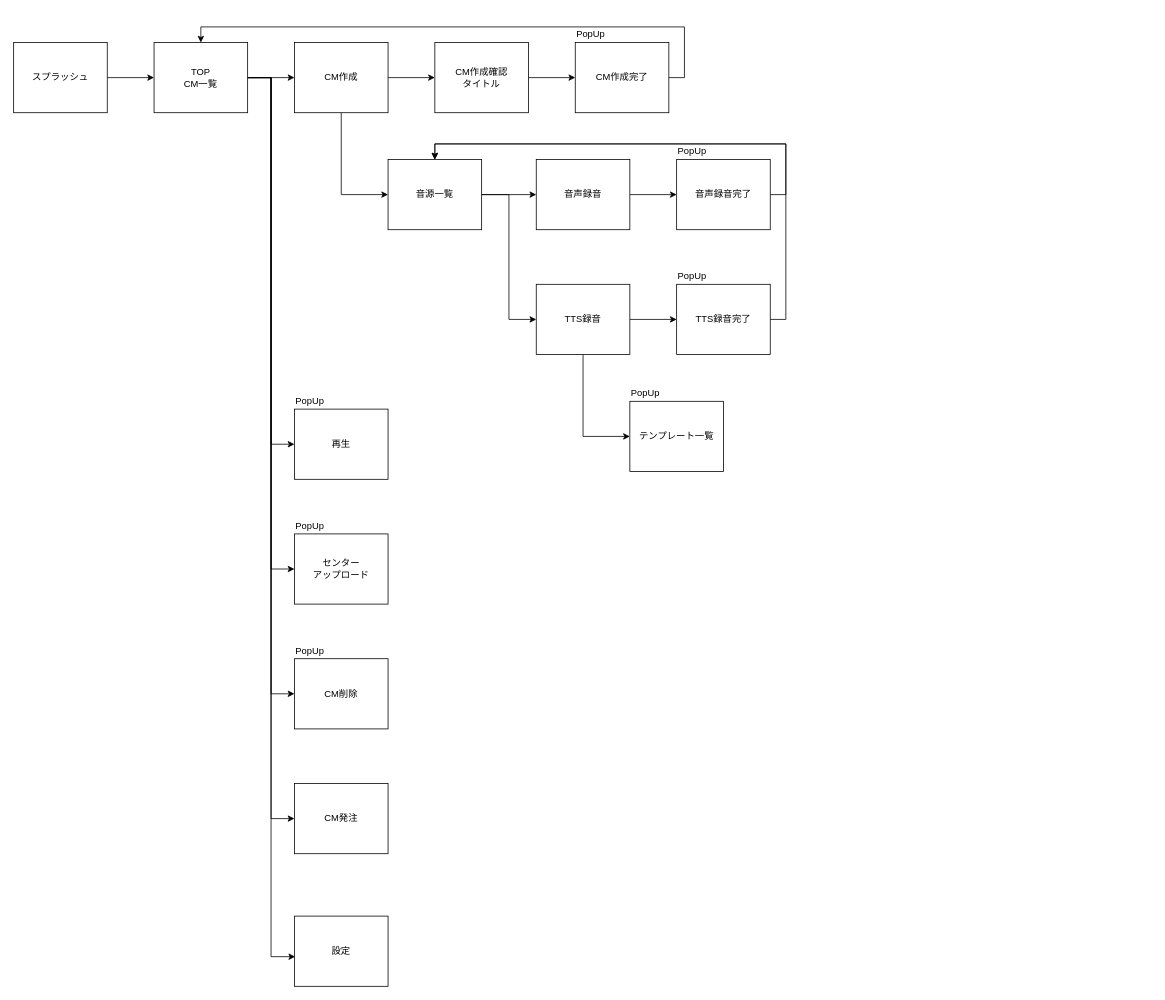
Before: documents/uml/page-flow.drawio in y-watanabe-usen/umesse-test, a draw.io diagram. Source tidied: cells renumbered, new cells numbered last; positions are measured from the earlier drawing's top-left corner, leaving out a move shared by most shapes. Both pictures are drawn from the tidied source at 78%, with x=0, y=0 at pixel (13, 27).
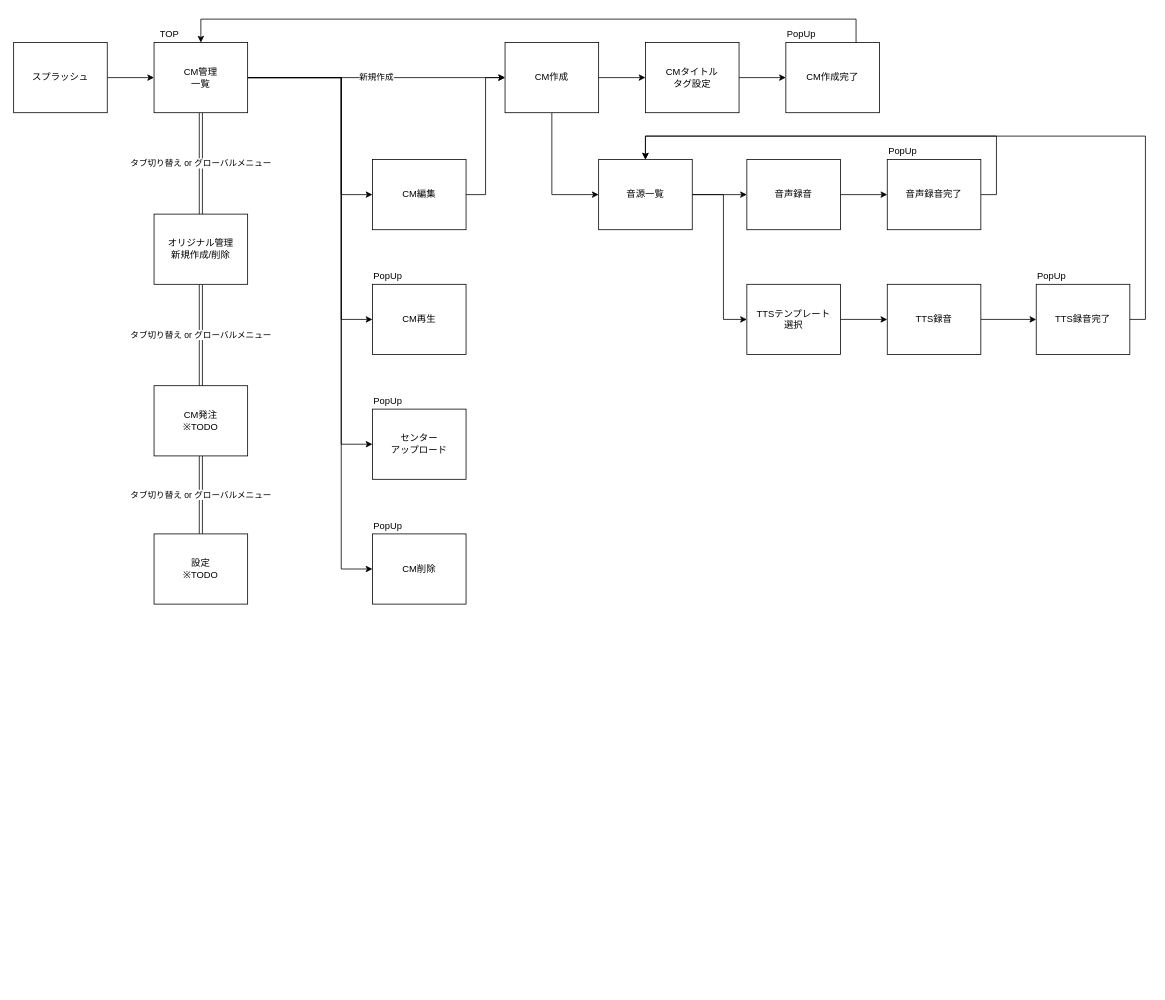
Above is the later version.

What changed in the source:
```diff
@@
-    <mxCell id="4" style="edgeStyle=orthogonalEdgeStyle;rounded=0;jettySize=auto;html=1;exitX=1;exitY=0.5;exitDx=0;exitDy=0;entryX=0;entryY=0.5;entryDx=0;entryDy=0;" parent="1" edge="1" source="10" target="13">
+    <mxCell id="4" value="新規作成" style="edgeStyle=orthogonalEdgeStyle;rounded=0;jettySize=auto;html=1;exitX=1;exitY=0.5;exitDx=0;exitDy=0;entryX=0;entryY=0.5;entryDx=0;entryDy=0;" parent="1" edge="1" source="10" target="13">
       <mxGeometry relative="1" as="geometry" />
     </mxCell>
     <mxCell id="5" style="edgeStyle=orthogonalEdgeStyle;rounded=0;jettySize=auto;html=1;exitX=1;exitY=0.5;exitDx=0;exitDy=0;entryX=0;entryY=0.5;entryDx=0;entryDy=0;" parent="1" edge="1" source="10" target="17">
-      <mxGeometry relative="1" as="geometry" />
+      <mxGeometry relative="1" as="geometry">
+        <Array as="points">
+          <mxPoint x="420" y="65" />
+          <mxPoint x="420" y="375" />
+        </Array>
+      </mxGeometry>
     </mxCell>
-    <mxCell id="6" style="edgeStyle=orthogonalEdgeStyle;rounded=0;jettySize=auto;html=1;exitX=1;exitY=0.5;exitDx=0;exitDy=0;entryX=0;entryY=0.5;entryDx=0;entryDy=0;" parent="1" edge="1" source="10" target="24">
-      <mxGeometry relative="1" as="geometry" />
-    </mxCell>
-    <mxCell id="7" style="edgeStyle=orthogonalEdgeStyle;rounded=0;jettySize=auto;html=1;exitX=1;exitY=0.5;exitDx=0;exitDy=0;entryX=0.008;entryY=0.578;entryDx=0;entryDy=0;entryPerimeter=0;" parent="1" edge="1" source="10" target="25">
-      <mxGeometry relative="1" as="geometry" />
-    </mxCell>
     <mxCell id="8" style="edgeStyle=orthogonalEdgeStyle;rounded=0;jettySize=auto;html=1;exitX=1;exitY=0.5;exitDx=0;exitDy=0;entryX=0;entryY=0.5;entryDx=0;entryDy=0;" parent="1" edge="1" source="10" target="26">
-      <mxGeometry relative="1" as="geometry" />
+      <mxGeometry relative="1" as="geometry">
+        <Array as="points">
+          <mxPoint x="420" y="65" />
+          <mxPoint x="420" y="535" />
+        </Array>
+      </mxGeometry>
     </mxCell>
     <mxCell id="9" style="edgeStyle=orthogonalEdgeStyle;rounded=0;jettySize=auto;html=1;exitX=1;exitY=0.5;exitDx=0;exitDy=0;entryX=0;entryY=0.5;entryDx=0;entryDy=0;" parent="1" edge="1" source="10" target="31">
-      <mxGeometry relative="1" as="geometry" />
+      <mxGeometry relative="1" as="geometry">
+        <Array as="points">
+          <mxPoint x="420" y="65" />
+          <mxPoint x="420" y="695" />
+        </Array>
+      </mxGeometry>
     </mxCell>
+    <mxCell id="43" style="edgeStyle=orthogonalEdgeStyle;rounded=0;jettySize=auto;html=1;exitX=1;exitY=0.5;exitDx=0;exitDy=0;entryX=0;entryY=0.5;entryDx=0;entryDy=0;" parent="1" edge="1" source="10" target="52">
+      <mxGeometry relative="1" as="geometry">
+        <Array as="points">
+          <mxPoint x="420" y="65" />
+          <mxPoint x="420" y="215" />
+        </Array>
+      </mxGeometry>
+    </mxCell>
+    <mxCell id="44" value="タブ切り替え or グローバルメニュー" style="edgeStyle=orthogonalEdgeStyle;rounded=0;jettySize=auto;html=1;exitX=0.5;exitY=1;exitDx=0;exitDy=0;entryX=0.5;entryY=0;entryDx=0;entryDy=0;shape=link;" parent="1" edge="1" source="10" target="49">
+      <mxGeometry relative="1" as="geometry" />
+    </mxCell>
-    <mxCell id="10" value="TOP&lt;br&gt;CM一覧" style="rounded=0;whiteSpace=wrap;html=1;" parent="1" vertex="1">
+    <mxCell id="10" value="CM管理&lt;br&gt;一覧" style="rounded=0;whiteSpace=wrap;html=1;" parent="1" vertex="1">
       <mxGeometry x="180" y="20" width="120" height="90" as="geometry" />
     </mxCell>
@@
     <mxCell id="13" value="CM作成" style="rounded=0;whiteSpace=wrap;html=1;" parent="1" vertex="1">
-      <mxGeometry x="360" y="20" width="120" height="90" as="geometry" />
+      <mxGeometry x="630" y="20" width="120" height="90" as="geometry" />
     </mxCell>
@@
-    <mxCell id="15" style="edgeStyle=orthogonalEdgeStyle;rounded=0;jettySize=auto;html=1;exitX=1;exitY=0.5;exitDx=0;exitDy=0;entryX=0;entryY=0.5;entryDx=0;entryDy=0;" parent="1" edge="1" source="16" target="22">
-      <mxGeometry relative="1" as="geometry" />
-    </mxCell>
+    <mxCell id="45" style="edgeStyle=orthogonalEdgeStyle;rounded=0;jettySize=auto;html=1;exitX=1;exitY=0.5;exitDx=0;exitDy=0;entryX=0;entryY=0.5;entryDx=0;entryDy=0;" parent="1" edge="1" source="16" target="23">
+      <mxGeometry relative="1" as="geometry">
+        <Array as="points">
+          <mxPoint x="910" y="215" />
+          <mxPoint x="910" y="375" />
+        </Array>
+      </mxGeometry>
+    </mxCell>
     <mxCell id="16" value="音源一覧" style="rounded=0;whiteSpace=wrap;html=1;" parent="1" vertex="1">
-      <mxGeometry x="480" y="170" width="120" height="90" as="geometry" />
+      <mxGeometry x="750" y="170" width="120" height="90" as="geometry" />
     </mxCell>
-    <mxCell id="17" value="再生" style="rounded=0;whiteSpace=wrap;html=1;" parent="1" vertex="1">
-      <mxGeometry x="360" y="490" width="120" height="90" as="geometry" />
+    <mxCell id="17" value="CM再生" style="rounded=0;whiteSpace=wrap;html=1;" parent="1" vertex="1">
+      <mxGeometry x="460" y="330" width="120" height="90" as="geometry" />
     </mxCell>
@@
     <mxCell id="19" value="音声録音" style="rounded=0;whiteSpace=wrap;html=1;" parent="1" vertex="1">
-      <mxGeometry x="670" y="170" width="120" height="90" as="geometry" />
+      <mxGeometry x="940" y="170" width="120" height="90" as="geometry" />
     </mxCell>
-    <mxCell id="20" style="edgeStyle=orthogonalEdgeStyle;rounded=0;jettySize=auto;html=1;exitX=0.5;exitY=1;exitDx=0;exitDy=0;entryX=0;entryY=0.5;entryDx=0;entryDy=0;" parent="1" edge="1" source="22" target="23">
-      <mxGeometry relative="1" as="geometry" />
-    </mxCell>
@@
     <mxCell id="22" value="TTS録音" style="rounded=0;whiteSpace=wrap;html=1;" parent="1" vertex="1">
-      <mxGeometry x="670" y="330" width="120" height="90" as="geometry" />
+      <mxGeometry x="1120" y="330" width="120" height="90" as="geometry" />
     </mxCell>
+    <mxCell id="46" style="edgeStyle=orthogonalEdgeStyle;rounded=0;jettySize=auto;html=1;exitX=1;exitY=0.5;exitDx=0;exitDy=0;entryX=0;entryY=0.5;entryDx=0;entryDy=0;" parent="1" edge="1" source="23" target="22">
+      <mxGeometry relative="1" as="geometry" />
+    </mxCell>
-    <mxCell id="23" value="テンプレート一覧" style="rounded=0;whiteSpace=wrap;html=1;" parent="1" vertex="1">
-      <mxGeometry x="790" y="480" width="120" height="90" as="geometry" />
+    <mxCell id="23" value="TTSテンプレート&lt;br&gt;選択" style="rounded=0;whiteSpace=wrap;html=1;" parent="1" vertex="1">
+      <mxGeometry x="940" y="330" width="120" height="90" as="geometry" />
     </mxCell>
+    <mxCell id="47" value="タブ切り替え or グローバルメニュー" style="edgeStyle=orthogonalEdgeStyle;rounded=0;jettySize=auto;html=1;exitX=0.5;exitY=1;exitDx=0;exitDy=0;entryX=0.5;entryY=0;entryDx=0;entryDy=0;shape=link;" parent="1" edge="1" source="24" target="25">
+      <mxGeometry relative="1" as="geometry" />
+    </mxCell>
-    <mxCell id="24" value="CM発注" style="rounded=0;whiteSpace=wrap;html=1;" parent="1" vertex="1">
-      <mxGeometry x="360" y="970" width="120" height="90" as="geometry" />
+    <mxCell id="24" value="CM発注&lt;br&gt;※TODO" style="rounded=0;whiteSpace=wrap;html=1;" parent="1" vertex="1">
+      <mxGeometry x="180" y="460" width="120" height="90" as="geometry" />
     </mxCell>
-    <mxCell id="25" value="設定" style="rounded=0;whiteSpace=wrap;html=1;" parent="1" vertex="1">
-      <mxGeometry x="360" y="1140" width="120" height="90" as="geometry" />
+    <mxCell id="25" value="設定&lt;br&gt;※TODO" style="rounded=0;whiteSpace=wrap;html=1;" parent="1" vertex="1">
+      <mxGeometry x="180" y="650" width="120" height="90" as="geometry" />
     </mxCell>
     <mxCell id="26" value="センター&lt;br&gt;アップロード" style="rounded=0;whiteSpace=wrap;html=1;" parent="1" vertex="1">
-      <mxGeometry x="360" y="650" width="120" height="90" as="geometry" />
+      <mxGeometry x="460" y="490" width="120" height="90" as="geometry" />
     </mxCell>
@@
-    <mxCell id="28" value="CM作成確認&lt;br&gt;タイトル" style="rounded=0;whiteSpace=wrap;html=1;" parent="1" vertex="1">
-      <mxGeometry x="540" y="20" width="120" height="90" as="geometry" />
+    <mxCell id="28" value="CMタイトル&lt;br&gt;タグ設定" style="rounded=0;whiteSpace=wrap;html=1;" parent="1" vertex="1">
+      <mxGeometry x="810" y="20" width="120" height="90" as="geometry" />
     </mxCell>
     <mxCell id="29" style="edgeStyle=orthogonalEdgeStyle;rounded=0;jettySize=auto;html=1;exitX=1;exitY=0.5;exitDx=0;exitDy=0;entryX=0.5;entryY=0;entryDx=0;entryDy=0;" parent="1" edge="1" source="30" target="10">
       <mxGeometry relative="1" as="geometry">
         <Array as="points">
-          <mxPoint x="860" y="65" />
-          <mxPoint x="860" />
-          <mxPoint x="240" />
+          <mxPoint x="1080" y="65" />
+          <mxPoint x="1080" y="-10" />
+          <mxPoint x="240" y="-10" />
         </Array>
       </mxGeometry>
     </mxCell>
     <mxCell id="30" value="CM作成完了" style="rounded=0;whiteSpace=wrap;html=1;" parent="1" vertex="1">
-      <mxGeometry x="720" y="20" width="120" height="90" as="geometry" />
+      <mxGeometry x="990" y="20" width="120" height="90" as="geometry" />
     </mxCell>
     <mxCell id="31" value="CM削除" style="rounded=0;whiteSpace=wrap;html=1;" parent="1" vertex="1">
-      <mxGeometry x="360" y="810" width="120" height="90" as="geometry" />
+      <mxGeometry x="460" y="650" width="120" height="90" as="geometry" />
     </mxCell>
     <mxCell id="32" style="edgeStyle=orthogonalEdgeStyle;rounded=0;jettySize=auto;html=1;exitX=1;exitY=0.5;exitDx=0;exitDy=0;entryX=0.5;entryY=0;entryDx=0;entryDy=0;" parent="1" edge="1" source="33" target="16">
       <mxGeometry relative="1" as="geometry">
         <Array as="points">
-          <mxPoint x="990" y="215" />
-          <mxPoint x="990" y="150" />
-          <mxPoint x="540" y="150" />
+          <mxPoint x="1260" y="215" />
+          <mxPoint x="1260" y="140" />
+          <mxPoint x="810" y="140" />
         </Array>
       </mxGeometry>
     </mxCell>
     <mxCell id="33" value="音声録音完了" style="rounded=0;whiteSpace=wrap;html=1;" parent="1" vertex="1">
-      <mxGeometry x="850" y="170" width="120" height="90" as="geometry" />
+      <mxGeometry x="1120" y="170" width="120" height="90" as="geometry" />
     </mxCell>
     <mxCell id="34" style="edgeStyle=orthogonalEdgeStyle;rounded=0;jettySize=auto;html=1;exitX=1;exitY=0.5;exitDx=0;exitDy=0;entryX=0.5;entryY=0;entryDx=0;entryDy=0;" parent="1" edge="1" source="35" target="16">
-      <mxGeometry relative="1" as="geometry" />
+      <mxGeometry relative="1" as="geometry">
+        <Array as="points">
+          <mxPoint x="1451" y="375" />
+          <mxPoint x="1451" y="140" />
+          <mxPoint x="810" y="140" />
+        </Array>
+      </mxGeometry>
     </mxCell>
     <mxCell id="35" value="TTS録音完了" style="rounded=0;whiteSpace=wrap;html=1;" parent="1" vertex="1">
-      <mxGeometry x="850" y="330" width="120" height="90" as="geometry" />
+      <mxGeometry x="1311" y="330" width="120" height="90" as="geometry" />
     </mxCell>
-    <mxCell id="36" value="PopUp" style="text;html=1;strokeColor=none;fillColor=none;align=center;verticalAlign=middle;whiteSpace=wrap;rounded=0;" parent="1" vertex="1">
-      <mxGeometry x="790" y="460" width="40" height="20" as="geometry" />
-    </mxCell>
     <mxCell id="37" value="PopUp" style="text;html=1;strokeColor=none;fillColor=none;align=center;verticalAlign=middle;whiteSpace=wrap;rounded=0;" parent="1" vertex="1">
-      <mxGeometry x="720" width="40" height="20" as="geometry" />
+      <mxGeometry x="990" width="40" height="20" as="geometry" />
     </mxCell>
     <mxCell id="38" value="PopUp" style="text;html=1;strokeColor=none;fillColor=none;align=center;verticalAlign=middle;whiteSpace=wrap;rounded=0;" parent="1" vertex="1">
-      <mxGeometry x="850" y="150" width="40" height="20" as="geometry" />
+      <mxGeometry x="1120" y="150" width="40" height="20" as="geometry" />
     </mxCell>
     <mxCell id="39" value="PopUp" style="text;html=1;strokeColor=none;fillColor=none;align=center;verticalAlign=middle;whiteSpace=wrap;rounded=0;" parent="1" vertex="1">
-      <mxGeometry x="850" y="310" width="40" height="20" as="geometry" />
+      <mxGeometry x="1311" y="310" width="40" height="20" as="geometry" />
     </mxCell>
     <mxCell id="40" value="PopUp" style="text;html=1;strokeColor=none;fillColor=none;align=center;verticalAlign=middle;whiteSpace=wrap;rounded=0;" parent="1" vertex="1">
-      <mxGeometry x="360" y="630" width="40" height="20" as="geometry" />
+      <mxGeometry x="460" y="470" width="40" height="20" as="geometry" />
     </mxCell>
     <mxCell id="41" value="PopUp" style="text;html=1;strokeColor=none;fillColor=none;align=center;verticalAlign=middle;whiteSpace=wrap;rounded=0;" parent="1" vertex="1">
-      <mxGeometry x="360" y="470" width="40" height="20" as="geometry" />
+      <mxGeometry x="460" y="310" width="40" height="20" as="geometry" />
     </mxCell>
     <mxCell id="42" value="PopUp" style="text;html=1;strokeColor=none;fillColor=none;align=center;verticalAlign=middle;whiteSpace=wrap;rounded=0;" parent="1" vertex="1">
-      <mxGeometry x="360" y="790" width="40" height="20" as="geometry" />
+      <mxGeometry x="460" y="630" width="40" height="20" as="geometry" />
     </mxCell>
+    <mxCell id="48" value="タブ切り替え or グローバルメニュー" style="edgeStyle=orthogonalEdgeStyle;rounded=0;jettySize=auto;html=1;exitX=0.5;exitY=1;exitDx=0;exitDy=0;entryX=0.5;entryY=0;entryDx=0;entryDy=0;shape=link;" parent="1" edge="1" source="49" target="24">
+      <mxGeometry relative="1" as="geometry" />
+    </mxCell>
+    <mxCell id="49" value="オリジナル管理&lt;br&gt;新規作成/削除" style="rounded=0;whiteSpace=wrap;html=1;" parent="1" vertex="1">
+      <mxGeometry x="180" y="240" width="120" height="90" as="geometry" />
+    </mxCell>
+    <mxCell id="50" value="TOP" style="text;html=1;strokeColor=none;fillColor=none;align=center;verticalAlign=middle;whiteSpace=wrap;rounded=0;" parent="1" vertex="1">
+      <mxGeometry x="180" width="40" height="20" as="geometry" />
+    </mxCell>
+    <mxCell id="51" style="edgeStyle=orthogonalEdgeStyle;rounded=0;jettySize=auto;html=1;exitX=1;exitY=0.5;exitDx=0;exitDy=0;entryX=0;entryY=0.5;entryDx=0;entryDy=0;" parent="1" edge="1" source="52" target="13">
+      <mxGeometry relative="1" as="geometry" />
+    </mxCell>
+    <mxCell id="52" value="CM編集" style="rounded=0;whiteSpace=wrap;html=1;" parent="1" vertex="1">
+      <mxGeometry x="460" y="170" width="120" height="90" as="geometry" />
+    </mxCell>
```
